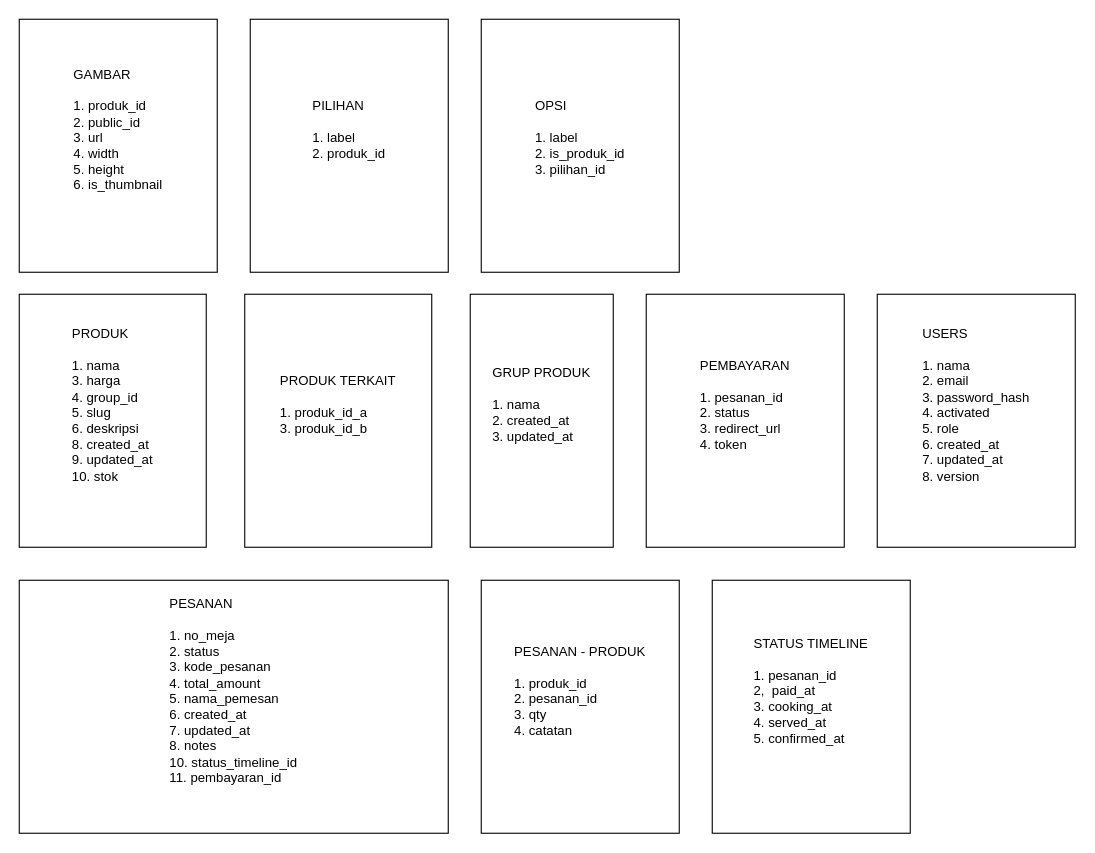
This is self-order.drawio from haveacigarzt/self-order-backend, a draw.io file, before an edit. Source tidied: cells renumbered, new cells numbered last; positions are measured from the earlier drawing's top-left corner, leaving out a move shared by most shapes. Both pictures are drawn from the tidied source at 110%, with x=0, y=0 at pixel (19, 19).
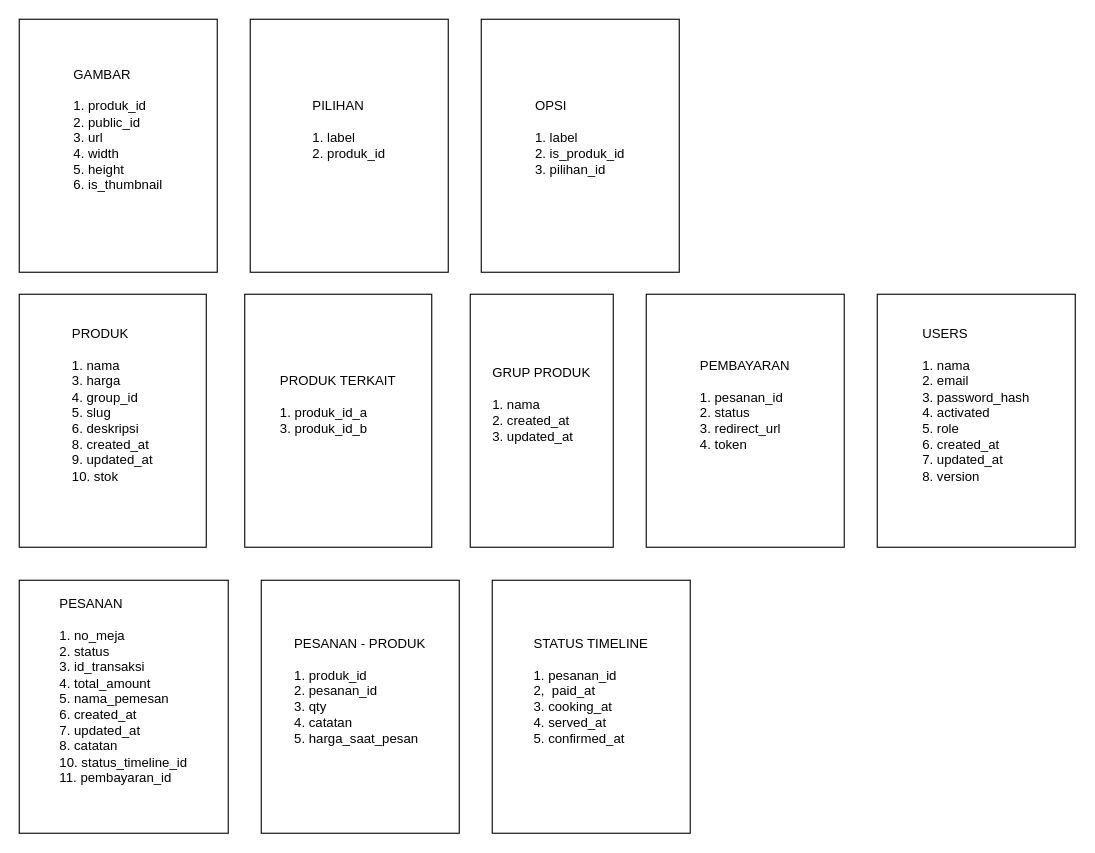
Above is the later version.

The edit, as a diff of the source:
```diff
@@
-    <mxCell id="3" value="&lt;div style=&quot;text-align: justify;&quot;&gt;&lt;span style=&quot;background-color: transparent; color: light-dark(rgb(0, 0, 0), rgb(255, 255, 255));&quot;&gt;PESANAN&lt;/span&gt;&lt;/div&gt;&lt;div style=&quot;text-align: justify;&quot;&gt;&lt;span style=&quot;background-color: transparent; color: light-dark(rgb(0, 0, 0), rgb(255, 255, 255));&quot;&gt;&lt;br&gt;&lt;/span&gt;&lt;/div&gt;&lt;div style=&quot;text-align: justify;&quot;&gt;&lt;span style=&quot;background-color: transparent; color: light-dark(rgb(0, 0, 0), rgb(255, 255, 255));&quot;&gt;1. no_meja&lt;/span&gt;&lt;/div&gt;&lt;div style=&quot;text-align: justify;&quot;&gt;&lt;span style=&quot;background-color: transparent; color: light-dark(rgb(0, 0, 0), rgb(255, 255, 255));&quot;&gt;2. status&lt;/span&gt;&lt;/div&gt;&lt;div style=&quot;text-align: justify;&quot;&gt;&lt;span style=&quot;background-color: transparent; color: light-dark(rgb(0, 0, 0), rgb(255, 255, 255));&quot;&gt;3. kode_pesanan&lt;/span&gt;&lt;/div&gt;&lt;div style=&quot;text-align: justify;&quot;&gt;&lt;span style=&quot;background-color: transparent; color: light-dark(rgb(0, 0, 0), rgb(255, 255, 255));&quot;&gt;4. total_amount&lt;/span&gt;&lt;/div&gt;&lt;div style=&quot;text-align: justify;&quot;&gt;&lt;span style=&quot;background-color: transparent; color: light-dark(rgb(0, 0, 0), rgb(255, 255, 255));&quot;&gt;5. nama_pemesan&lt;/span&gt;&lt;/div&gt;&lt;div style=&quot;text-align: justify;&quot;&gt;&lt;span style=&quot;background-color: transparent; color: light-dark(rgb(0, 0, 0), rgb(255, 255, 255));&quot;&gt;6. created_at&lt;/span&gt;&lt;/div&gt;&lt;div style=&quot;text-align: justify;&quot;&gt;&lt;span style=&quot;background-color: transparent; color: light-dark(rgb(0, 0, 0), rgb(255, 255, 255));&quot;&gt;7. updated_at&lt;/span&gt;&lt;/div&gt;&lt;div style=&quot;text-align: justify;&quot;&gt;8. notes&lt;/div&gt;&lt;div style=&quot;text-align: justify;&quot;&gt;&lt;span style=&quot;background-color: transparent; color: light-dark(rgb(0, 0, 0), rgb(255, 255, 255));&quot;&gt;10. status_timeline_id&lt;/span&gt;&lt;/div&gt;&lt;div style=&quot;text-align: justify;&quot;&gt;11. pembayaran_id&lt;/div&gt;&lt;div style=&quot;text-align: justify;&quot;&gt;&lt;span style=&quot;background-color: transparent; color: light-dark(rgb(0, 0, 0), rgb(255, 255, 255));&quot;&gt;&lt;br&gt;&lt;/span&gt;&lt;/div&gt;&lt;div style=&quot;text-align: justify;&quot;&gt;&lt;span style=&quot;background-color: transparent; color: light-dark(rgb(0, 0, 0), rgb(255, 255, 255));&quot;&gt;&lt;br&gt;&lt;/span&gt;&lt;/div&gt;" style="rounded=0;whiteSpace=wrap;html=1;" parent="1" vertex="1">
-      <mxGeometry y="510" width="390" height="230" as="geometry" />
+    <mxCell id="3" value="&lt;div style=&quot;text-align: justify;&quot;&gt;&lt;span style=&quot;background-color: transparent; color: light-dark(rgb(0, 0, 0), rgb(255, 255, 255));&quot;&gt;PESANAN&lt;/span&gt;&lt;/div&gt;&lt;div style=&quot;text-align: justify;&quot;&gt;&lt;span style=&quot;background-color: transparent; color: light-dark(rgb(0, 0, 0), rgb(255, 255, 255));&quot;&gt;&lt;br&gt;&lt;/span&gt;&lt;/div&gt;&lt;div style=&quot;text-align: justify;&quot;&gt;&lt;span style=&quot;background-color: transparent; color: light-dark(rgb(0, 0, 0), rgb(255, 255, 255));&quot;&gt;1. no_meja&lt;/span&gt;&lt;/div&gt;&lt;div style=&quot;text-align: justify;&quot;&gt;&lt;span style=&quot;background-color: transparent; color: light-dark(rgb(0, 0, 0), rgb(255, 255, 255));&quot;&gt;2. status&lt;/span&gt;&lt;/div&gt;&lt;div style=&quot;text-align: justify;&quot;&gt;&lt;span style=&quot;background-color: transparent; color: light-dark(rgb(0, 0, 0), rgb(255, 255, 255));&quot;&gt;3. id_transaksi&lt;/span&gt;&lt;/div&gt;&lt;div style=&quot;text-align: justify;&quot;&gt;&lt;span style=&quot;background-color: transparent; color: light-dark(rgb(0, 0, 0), rgb(255, 255, 255));&quot;&gt;4. total_amount&lt;/span&gt;&lt;/div&gt;&lt;div style=&quot;text-align: justify;&quot;&gt;&lt;span style=&quot;background-color: transparent; color: light-dark(rgb(0, 0, 0), rgb(255, 255, 255));&quot;&gt;5. nama_pemesan&lt;/span&gt;&lt;/div&gt;&lt;div style=&quot;text-align: justify;&quot;&gt;&lt;span style=&quot;background-color: transparent; color: light-dark(rgb(0, 0, 0), rgb(255, 255, 255));&quot;&gt;6. created_at&lt;/span&gt;&lt;/div&gt;&lt;div style=&quot;text-align: justify;&quot;&gt;&lt;span style=&quot;background-color: transparent; color: light-dark(rgb(0, 0, 0), rgb(255, 255, 255));&quot;&gt;7. updated_at&lt;/span&gt;&lt;/div&gt;&lt;div style=&quot;text-align: justify;&quot;&gt;8. catatan&lt;/div&gt;&lt;div style=&quot;text-align: justify;&quot;&gt;&lt;span style=&quot;background-color: transparent; color: light-dark(rgb(0, 0, 0), rgb(255, 255, 255));&quot;&gt;10. status_timeline_id&lt;/span&gt;&lt;/div&gt;&lt;div style=&quot;text-align: justify;&quot;&gt;11. pembayaran_id&lt;/div&gt;&lt;div style=&quot;text-align: justify;&quot;&gt;&lt;span style=&quot;background-color: transparent; color: light-dark(rgb(0, 0, 0), rgb(255, 255, 255));&quot;&gt;&lt;br&gt;&lt;/span&gt;&lt;/div&gt;&lt;div style=&quot;text-align: justify;&quot;&gt;&lt;span style=&quot;background-color: transparent; color: light-dark(rgb(0, 0, 0), rgb(255, 255, 255));&quot;&gt;&lt;br&gt;&lt;/span&gt;&lt;/div&gt;" style="rounded=0;whiteSpace=wrap;html=1;" parent="1" vertex="1">
+      <mxGeometry y="510" width="190" height="230" as="geometry" />
     </mxCell>
@@
-    <mxCell id="5" value="&lt;div style=&quot;text-align: justify;&quot;&gt;PESANAN - PRODUK&lt;/div&gt;&lt;div style=&quot;text-align: justify;&quot;&gt;&lt;span style=&quot;background-color: transparent; color: light-dark(rgb(0, 0, 0), rgb(255, 255, 255));&quot;&gt;&lt;br&gt;&lt;/span&gt;&lt;/div&gt;&lt;div style=&quot;text-align: justify;&quot;&gt;&lt;span style=&quot;background-color: transparent; color: light-dark(rgb(0, 0, 0), rgb(255, 255, 255));&quot;&gt;1. produk_id&lt;/span&gt;&lt;/div&gt;&lt;div style=&quot;text-align: justify;&quot;&gt;&lt;span style=&quot;background-color: transparent; color: light-dark(rgb(0, 0, 0), rgb(255, 255, 255));&quot;&gt;2. pesanan_id&lt;/span&gt;&lt;/div&gt;&lt;div style=&quot;text-align: justify;&quot;&gt;&lt;span style=&quot;background-color: transparent; color: light-dark(rgb(0, 0, 0), rgb(255, 255, 255));&quot;&gt;3. qty&lt;/span&gt;&lt;/div&gt;&lt;div style=&quot;text-align: justify;&quot;&gt;&lt;span style=&quot;background-color: transparent; color: light-dark(rgb(0, 0, 0), rgb(255, 255, 255));&quot;&gt;4. catatan&lt;/span&gt;&lt;/div&gt;&lt;div style=&quot;text-align: justify;&quot;&gt;&lt;span style=&quot;background-color: transparent; color: light-dark(rgb(0, 0, 0), rgb(255, 255, 255));&quot;&gt;&lt;br&gt;&lt;/span&gt;&lt;/div&gt;&lt;div style=&quot;text-align: justify;&quot;&gt;&lt;span style=&quot;background-color: transparent; color: light-dark(rgb(0, 0, 0), rgb(255, 255, 255));&quot;&gt;&lt;br&gt;&lt;/span&gt;&lt;/div&gt;" style="rounded=0;whiteSpace=wrap;html=1;" parent="1" vertex="1">
-      <mxGeometry x="420" y="510" width="180" height="230" as="geometry" />
+    <mxCell id="5" value="&lt;div style=&quot;text-align: justify;&quot;&gt;PESANAN - PRODUK&lt;/div&gt;&lt;div style=&quot;text-align: justify;&quot;&gt;&lt;span style=&quot;background-color: transparent; color: light-dark(rgb(0, 0, 0), rgb(255, 255, 255));&quot;&gt;&lt;br&gt;&lt;/span&gt;&lt;/div&gt;&lt;div style=&quot;text-align: justify;&quot;&gt;&lt;span style=&quot;background-color: transparent; color: light-dark(rgb(0, 0, 0), rgb(255, 255, 255));&quot;&gt;1. produk_id&lt;/span&gt;&lt;/div&gt;&lt;div style=&quot;text-align: justify;&quot;&gt;&lt;span style=&quot;background-color: transparent; color: light-dark(rgb(0, 0, 0), rgb(255, 255, 255));&quot;&gt;2. pesanan_id&lt;/span&gt;&lt;/div&gt;&lt;div style=&quot;text-align: justify;&quot;&gt;&lt;span style=&quot;background-color: transparent; color: light-dark(rgb(0, 0, 0), rgb(255, 255, 255));&quot;&gt;3. qty&lt;/span&gt;&lt;/div&gt;&lt;div style=&quot;text-align: justify;&quot;&gt;&lt;span style=&quot;background-color: transparent; color: light-dark(rgb(0, 0, 0), rgb(255, 255, 255));&quot;&gt;4. catatan&lt;/span&gt;&lt;/div&gt;&lt;div style=&quot;text-align: justify;&quot;&gt;&lt;span style=&quot;background-color: transparent; color: light-dark(rgb(0, 0, 0), rgb(255, 255, 255));&quot;&gt;5. harga_saat_pesan&lt;/span&gt;&lt;/div&gt;&lt;div style=&quot;text-align: justify;&quot;&gt;&lt;span style=&quot;background-color: transparent; color: light-dark(rgb(0, 0, 0), rgb(255, 255, 255));&quot;&gt;&lt;br&gt;&lt;/span&gt;&lt;/div&gt;&lt;div style=&quot;text-align: justify;&quot;&gt;&lt;span style=&quot;background-color: transparent; color: light-dark(rgb(0, 0, 0), rgb(255, 255, 255));&quot;&gt;&lt;br&gt;&lt;/span&gt;&lt;/div&gt;" style="rounded=0;whiteSpace=wrap;html=1;" parent="1" vertex="1">
+      <mxGeometry x="220" y="510" width="180" height="230" as="geometry" />
     </mxCell>
@@
     <mxCell id="7" value="&lt;div style=&quot;text-align: justify;&quot;&gt;STATUS TIMELINE&lt;/div&gt;&lt;div style=&quot;text-align: justify;&quot;&gt;&lt;span style=&quot;background-color: transparent; color: light-dark(rgb(0, 0, 0), rgb(255, 255, 255));&quot;&gt;&lt;br&gt;&lt;/span&gt;&lt;/div&gt;&lt;div style=&quot;text-align: justify;&quot;&gt;&lt;span style=&quot;background-color: transparent; color: light-dark(rgb(0, 0, 0), rgb(255, 255, 255));&quot;&gt;1. pesanan_id&lt;/span&gt;&lt;/div&gt;&lt;div style=&quot;text-align: justify;&quot;&gt;&lt;span style=&quot;background-color: transparent; color: light-dark(rgb(0, 0, 0), rgb(255, 255, 255));&quot;&gt;2,&amp;nbsp; paid_at&lt;span style=&quot;white-space: pre;&quot;&gt;&#9;&lt;/span&gt;&lt;/span&gt;&lt;/div&gt;&lt;div style=&quot;text-align: justify;&quot;&gt;&lt;span style=&quot;background-color: transparent; color: light-dark(rgb(0, 0, 0), rgb(255, 255, 255));&quot;&gt;3. cooking_at&lt;/span&gt;&lt;/div&gt;&lt;div style=&quot;text-align: justify;&quot;&gt;&lt;span style=&quot;background-color: transparent; color: light-dark(rgb(0, 0, 0), rgb(255, 255, 255));&quot;&gt;4. served_at&lt;/span&gt;&lt;/div&gt;&lt;div style=&quot;text-align: justify;&quot;&gt;&lt;span style=&quot;background-color: transparent; color: light-dark(rgb(0, 0, 0), rgb(255, 255, 255));&quot;&gt;5. confirmed_at&lt;/span&gt;&lt;/div&gt;&lt;div style=&quot;text-align: justify;&quot;&gt;&lt;span style=&quot;background-color: transparent; color: light-dark(rgb(0, 0, 0), rgb(255, 255, 255));&quot;&gt;&lt;br&gt;&lt;/span&gt;&lt;/div&gt;&lt;div style=&quot;text-align: justify;&quot;&gt;&lt;span style=&quot;background-color: transparent; color: light-dark(rgb(0, 0, 0), rgb(255, 255, 255));&quot;&gt;&lt;br&gt;&lt;/span&gt;&lt;/div&gt;" style="rounded=0;whiteSpace=wrap;html=1;" parent="1" vertex="1">
-      <mxGeometry x="630" y="510" width="180" height="230" as="geometry" />
+      <mxGeometry x="430" y="510" width="180" height="230" as="geometry" />
     </mxCell>
```
